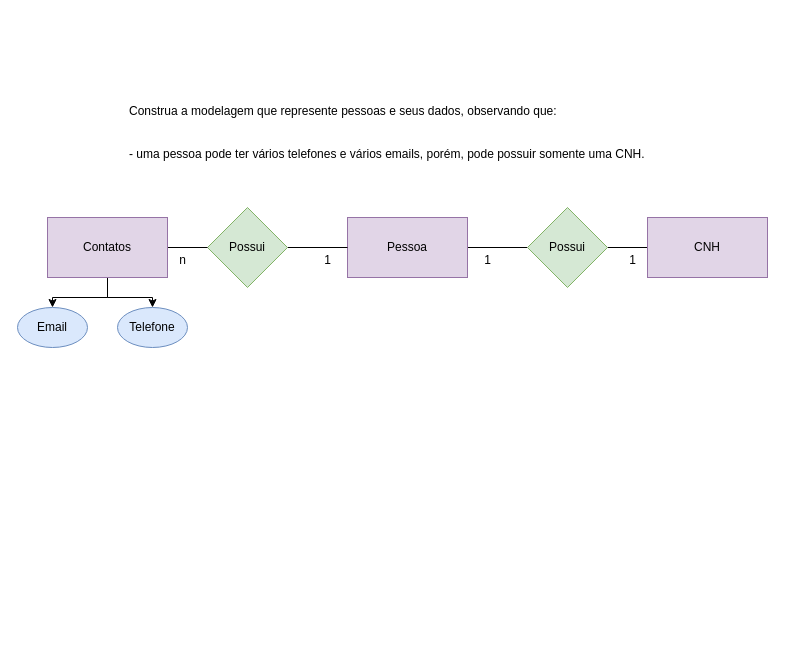
The draw.io diagram page "Página-1" (1 of 4) of sprint1-exercicios/1.3-clinica.drawio in Duduuz7/senai-2-semestre, before the edit. Source tidied: cells renumbered, new cells numbered last; positions are measured from the earlier drawing's top-left corner, leaving out a move shared by most shapes. Both pictures are drawn from the tidied source at 100%, with x=0, y=0 at pixel (17, 97).
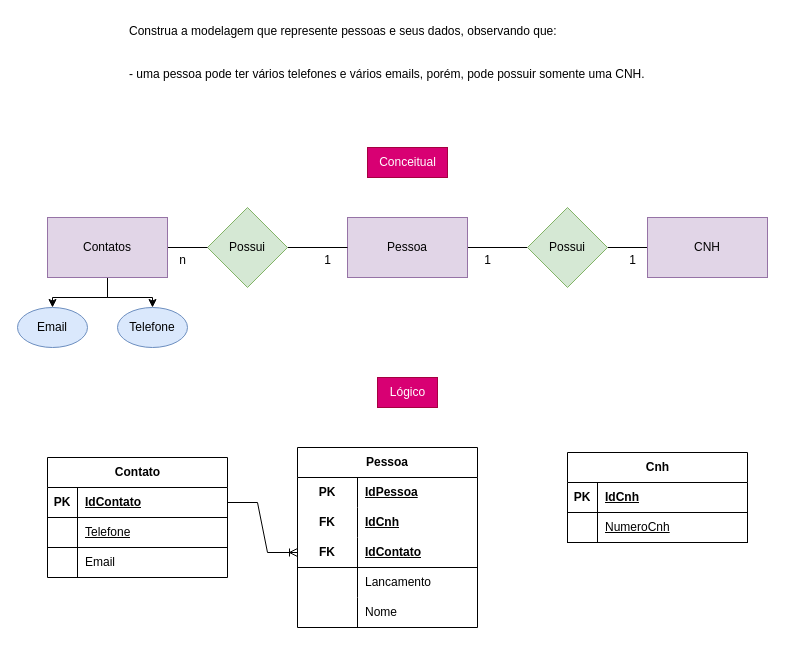
The same page after the edit.

Diff of the diagram source:
```diff
@@
     <mxCell id="2" value="Construa a modelagem que represente pessoas e seus dados, observando que:&#10;&#10;&#10;- uma pessoa pode ter vários telefones e vários emails, porém, pode possuir somente uma CNH." style="text;whiteSpace=wrap;" parent="1" vertex="1">
-      <mxGeometry x="110" width="560" height="80" as="geometry" />
+      <mxGeometry x="110" y="-80" width="560" height="80" as="geometry" />
     </mxCell>
@@
+    <mxCell id="20" value="Conceitual" style="text;html=1;align=center;verticalAlign=middle;strokeColor=#A50040;fillColor=#d80073;fontColor=#ffffff;" parent="1" vertex="1">
+      <mxGeometry x="350" y="50" width="80" height="30" as="geometry" />
+    </mxCell>
+    <mxCell id="21" value="Lógico" style="text;html=1;align=center;verticalAlign=middle;strokeColor=#A50040;fillColor=#d80073;fontColor=#ffffff;" parent="1" vertex="1">
+      <mxGeometry x="360" y="280" width="60" height="30" as="geometry" />
+    </mxCell>
+    <mxCell id="22" value="Contato" style="shape=table;startSize=30;childLayout=tableLayout;rowLines=0;fontStyle=1;align=center;html=1;" parent="1" vertex="1">
+      <mxGeometry x="30" y="360" width="180" height="120" as="geometry" />
+    </mxCell>
+    <mxCell id="23" style="shape=tableRow;horizontal=0;startSize=0;swimlaneHead=0;swimlaneBody=0;fillColor=none;points=[[0,0.5],[1,0.5]];portConstraint=eastwest;top=0;left=0;right=0;bottom=1;" parent="22" vertex="1">
+      <mxGeometry y="30" width="180" height="30" as="geometry" />
+    </mxCell>
+    <mxCell id="24" value="PK" style="shape=partialRectangle;fillColor=none;top=0;left=0;bottom=0;right=0;fontStyle=1;overflow=hidden;whiteSpace=wrap;html=1;" parent="23" vertex="1">
+      <mxGeometry width="30" height="30" as="geometry" />
+    </mxCell>
+    <mxCell id="25" value="IdContato" style="shape=partialRectangle;fillColor=none;top=0;left=0;bottom=0;right=0;align=left;spacingLeft=6;fontStyle=5;overflow=hidden;whiteSpace=wrap;html=1;" parent="23" vertex="1">
+      <mxGeometry x="30" width="150" height="30" as="geometry" />
+    </mxCell>
+    <mxCell id="26" style="shape=tableRow;horizontal=0;startSize=0;swimlaneHead=0;swimlaneBody=0;fillColor=none;top=0;left=0;right=0;bottom=1;" parent="22" vertex="1">
+      <mxGeometry y="60" width="180" height="30" as="geometry" />
+    </mxCell>
+    <mxCell id="27" style="shape=partialRectangle;fillColor=none;top=0;left=0;bottom=0;right=0;fontStyle=1;overflow=hidden;whiteSpace=wrap;html=1;" parent="26" vertex="1">
+      <mxGeometry width="30" height="30" as="geometry" />
+    </mxCell>
+    <mxCell id="28" value="&lt;span style=&quot;font-weight: normal;&quot;&gt;Telefone&lt;/span&gt;" style="shape=partialRectangle;fillColor=none;top=0;left=0;bottom=0;right=0;align=left;spacingLeft=6;fontStyle=5;overflow=hidden;whiteSpace=wrap;html=1;" parent="26" vertex="1">
+      <mxGeometry x="30" width="150" height="30" as="geometry" />
+    </mxCell>
+    <mxCell id="29" style="shape=tableRow;horizontal=0;startSize=0;swimlaneHead=0;swimlaneBody=0;fillColor=none;top=0;left=0;right=0;bottom=0;" parent="22" vertex="1">
+      <mxGeometry y="90" width="180" height="30" as="geometry" />
+    </mxCell>
+    <mxCell id="30" style="shape=partialRectangle;fillColor=none;top=0;left=0;bottom=0;right=0;overflow=hidden;whiteSpace=wrap;html=1;" parent="29" vertex="1">
+      <mxGeometry width="30" height="30" as="geometry" />
+    </mxCell>
+    <mxCell id="31" value="Email" style="shape=partialRectangle;fillColor=none;top=0;left=0;bottom=0;right=0;align=left;spacingLeft=6;overflow=hidden;whiteSpace=wrap;html=1;" parent="29" vertex="1">
+      <mxGeometry x="30" width="150" height="30" as="geometry" />
+    </mxCell>
+    <mxCell id="32" value="Pessoa" style="shape=table;startSize=30;childLayout=tableLayout;rowLines=0;fontStyle=1;align=center;html=1;whiteSpace=wrap;" parent="1" vertex="1">
+      <mxGeometry x="280" y="350" width="180" height="180" as="geometry" />
+    </mxCell>
+    <mxCell id="33" style="shape=tableRow;horizontal=0;startSize=0;swimlaneHead=0;swimlaneBody=0;fillColor=none;top=0;left=0;right=0;bottom=0;html=1;" parent="32" vertex="1">
+      <mxGeometry y="30" width="180" height="30" as="geometry" />
+    </mxCell>
+    <mxCell id="34" value="PK" style="shape=partialRectangle;fillColor=none;top=0;left=0;bottom=0;right=0;fontStyle=1;overflow=hidden;html=1;whiteSpace=wrap;" parent="33" vertex="1">
+      <mxGeometry width="60" height="30" as="geometry" />
+    </mxCell>
+    <mxCell id="35" value="IdPessoa" style="shape=partialRectangle;fillColor=none;top=0;left=0;bottom=0;right=0;align=left;spacingLeft=6;fontStyle=5;overflow=hidden;html=1;whiteSpace=wrap;" parent="33" vertex="1">
+      <mxGeometry x="60" width="120" height="30" as="geometry" />
+    </mxCell>
+    <mxCell id="36" style="shape=tableRow;horizontal=0;startSize=0;swimlaneHead=0;swimlaneBody=0;fillColor=none;top=0;left=0;right=0;bottom=0;html=1;" parent="32" vertex="1">
+      <mxGeometry y="60" width="180" height="30" as="geometry" />
+    </mxCell>
+    <mxCell id="37" value="FK" style="shape=partialRectangle;fillColor=none;top=0;left=0;bottom=0;right=0;fontStyle=1;overflow=hidden;html=1;whiteSpace=wrap;" parent="36" vertex="1">
+      <mxGeometry width="60" height="30" as="geometry" />
+    </mxCell>
+    <mxCell id="38" value="IdCnh" style="shape=partialRectangle;fillColor=none;top=0;left=0;bottom=0;right=0;align=left;spacingLeft=6;fontStyle=5;overflow=hidden;html=1;whiteSpace=wrap;" parent="36" vertex="1">
+      <mxGeometry x="60" width="120" height="30" as="geometry" />
+    </mxCell>
+    <mxCell id="39" style="shape=tableRow;horizontal=0;startSize=0;swimlaneHead=0;swimlaneBody=0;fillColor=none;points=[[0,0.5],[1,0.5]];portConstraint=eastwest;top=0;left=0;right=0;bottom=1;html=1;" parent="32" vertex="1">
+      <mxGeometry y="90" width="180" height="30" as="geometry" />
+    </mxCell>
+    <mxCell id="40" value="FK" style="shape=partialRectangle;fillColor=none;top=0;left=0;bottom=0;right=0;fontStyle=1;overflow=hidden;html=1;whiteSpace=wrap;" parent="39" vertex="1">
+      <mxGeometry width="60" height="30" as="geometry" />
+    </mxCell>
+    <mxCell id="41" value="IdContato" style="shape=partialRectangle;fillColor=none;top=0;left=0;bottom=0;right=0;align=left;spacingLeft=6;fontStyle=5;overflow=hidden;html=1;whiteSpace=wrap;" parent="39" vertex="1">
+      <mxGeometry x="60" width="120" height="30" as="geometry" />
+    </mxCell>
+    <mxCell id="42" style="shape=tableRow;horizontal=0;startSize=0;swimlaneHead=0;swimlaneBody=0;fillColor=none;top=0;left=0;right=0;bottom=0;html=1;" parent="32" vertex="1">
+      <mxGeometry y="120" width="180" height="30" as="geometry" />
+    </mxCell>
+    <mxCell id="43" style="shape=partialRectangle;fillColor=none;top=0;left=0;bottom=0;right=0;overflow=hidden;html=1;whiteSpace=wrap;" parent="42" vertex="1">
+      <mxGeometry width="60" height="30" as="geometry" />
+    </mxCell>
+    <mxCell id="44" value="Lancamento" style="shape=partialRectangle;fillColor=none;top=0;left=0;bottom=0;right=0;align=left;spacingLeft=6;overflow=hidden;html=1;whiteSpace=wrap;" parent="42" vertex="1">
+      <mxGeometry x="60" width="120" height="30" as="geometry" />
+    </mxCell>
+    <mxCell id="45" style="shape=tableRow;horizontal=0;startSize=0;swimlaneHead=0;swimlaneBody=0;fillColor=none;top=0;left=0;right=0;bottom=0;html=1;" parent="32" vertex="1">
+      <mxGeometry y="150" width="180" height="30" as="geometry" />
+    </mxCell>
+    <mxCell id="46" style="shape=partialRectangle;fillColor=none;top=0;left=0;bottom=0;right=0;overflow=hidden;html=1;whiteSpace=wrap;" parent="45" vertex="1">
+      <mxGeometry width="60" height="30" as="geometry" />
+    </mxCell>
+    <mxCell id="47" value="Nome" style="shape=partialRectangle;fillColor=none;top=0;left=0;bottom=0;right=0;align=left;spacingLeft=6;overflow=hidden;html=1;whiteSpace=wrap;" parent="45" vertex="1">
+      <mxGeometry x="60" width="120" height="30" as="geometry" />
+    </mxCell>
+    <mxCell id="48" style="edgeStyle=entityRelationEdgeStyle;fontSize=12;html=1;endArrow=ERoneToMany;rounded=0;entryX=0;entryY=0.5;entryDx=0;entryDy=0;exitX=1;exitY=0.5;exitDx=0;exitDy=0;" parent="1" edge="1" source="23" target="39">
+      <mxGeometry relative="1" as="geometry" />
+    </mxCell>
+    <mxCell id="49" value="Cnh" style="shape=table;startSize=30;childLayout=tableLayout;rowLines=0;fontStyle=1;align=center;html=1;" parent="1" vertex="1">
+      <mxGeometry x="550" y="355" width="180" height="90" as="geometry" />
+    </mxCell>
+    <mxCell id="50" style="shape=tableRow;horizontal=0;startSize=0;swimlaneHead=0;swimlaneBody=0;fillColor=none;top=0;left=0;right=0;bottom=1;" parent="49" vertex="1">
+      <mxGeometry y="30" width="180" height="30" as="geometry" />
+    </mxCell>
+    <mxCell id="51" value="PK" style="shape=partialRectangle;fillColor=none;top=0;left=0;bottom=0;right=0;fontStyle=1;overflow=hidden;whiteSpace=wrap;html=1;" parent="50" vertex="1">
+      <mxGeometry width="30" height="30" as="geometry" />
+    </mxCell>
+    <mxCell id="52" value="IdCnh" style="shape=partialRectangle;fillColor=none;top=0;left=0;bottom=0;right=0;align=left;spacingLeft=6;fontStyle=5;overflow=hidden;whiteSpace=wrap;html=1;" parent="50" vertex="1">
+      <mxGeometry x="30" width="150" height="30" as="geometry" />
+    </mxCell>
+    <mxCell id="53" style="shape=tableRow;horizontal=0;startSize=0;swimlaneHead=0;swimlaneBody=0;fillColor=none;top=0;left=0;right=0;bottom=1;" parent="49" vertex="1">
+      <mxGeometry y="60" width="180" height="30" as="geometry" />
+    </mxCell>
+    <mxCell id="54" style="shape=partialRectangle;fillColor=none;top=0;left=0;bottom=0;right=0;fontStyle=1;overflow=hidden;whiteSpace=wrap;html=1;" parent="53" vertex="1">
+      <mxGeometry width="30" height="30" as="geometry" />
+    </mxCell>
+    <mxCell id="55" value="&lt;span style=&quot;font-weight: 400;&quot;&gt;NumeroCnh&lt;/span&gt;" style="shape=partialRectangle;fillColor=none;top=0;left=0;bottom=0;right=0;align=left;spacingLeft=6;fontStyle=5;overflow=hidden;whiteSpace=wrap;html=1;" parent="53" vertex="1">
+      <mxGeometry x="30" width="150" height="30" as="geometry" />
+    </mxCell>
```
